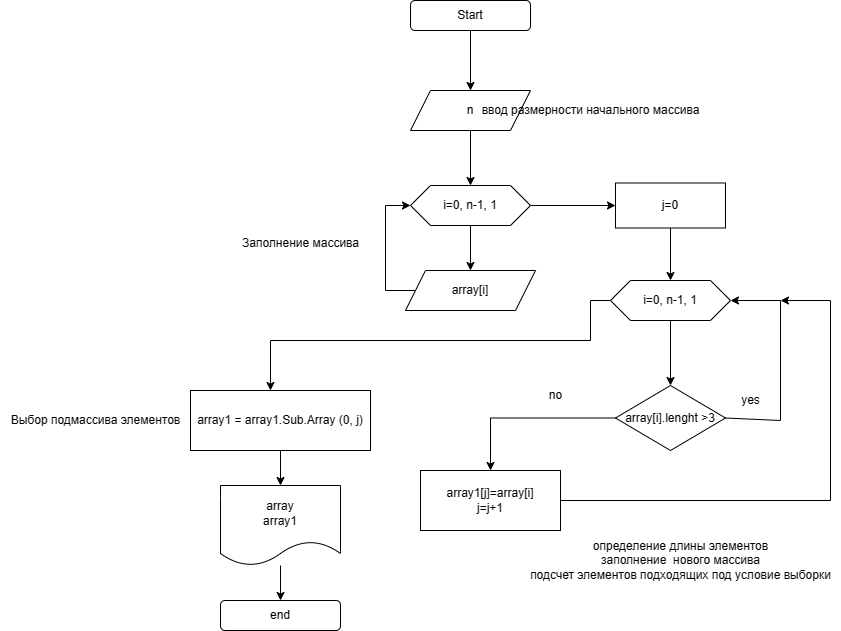
The draw.io diagram Блок_схема.png in yuliapogodina/GB_control-work, before a commit. Source tidied: cells renumbered, new cells last; positions are measured from the earlier drawing's top-left corner, leaving out a move shared by most shapes.
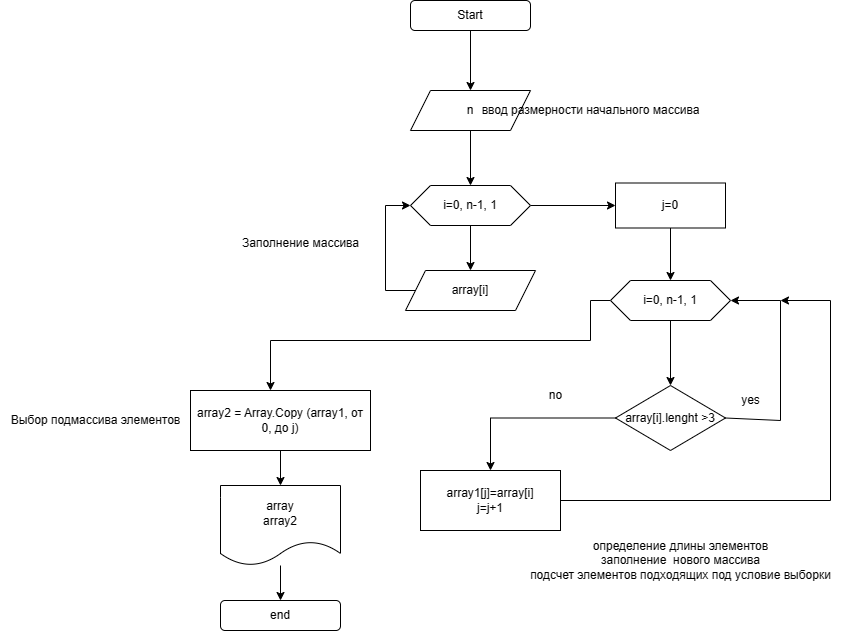
After the change.

Change to the diagram source:
```diff
@@ -92,13 +92,13 @@
     <mxCell id="23" style="edgeStyle=orthogonalEdgeStyle;rounded=0;jettySize=auto;html=1;" parent="1" edge="1" source="24" target="26">
       <mxGeometry relative="1" as="geometry" />
     </mxCell>
-    <mxCell id="24" value="array1 = array1.Sub.Array (0, j)" style="rounded=0;whiteSpace=wrap;html=1;" parent="1" vertex="1">
+    <mxCell id="24" value="array2 = Array.Copy (array1, от 0, до j)" style="rounded=0;whiteSpace=wrap;html=1;" parent="1" vertex="1">
       <mxGeometry x="190" y="390" width="180" height="60" as="geometry" />
     </mxCell>
     <mxCell id="25" style="edgeStyle=orthogonalEdgeStyle;rounded=0;jettySize=auto;html=1;" parent="1" edge="1" source="26" target="27">
       <mxGeometry relative="1" as="geometry" />
     </mxCell>
-    <mxCell id="26" value="array&lt;br&gt;array1" style="shape=document;whiteSpace=wrap;html=1;boundedLbl=1;rounded=0;" parent="1" vertex="1">
+    <mxCell id="26" value="array&lt;br&gt;array2" style="shape=document;whiteSpace=wrap;html=1;boundedLbl=1;rounded=0;" parent="1" vertex="1">
       <mxGeometry x="220" y="485" width="120" height="80" as="geometry" />
     </mxCell>
     <mxCell id="27" value="end" style="rounded=1;whiteSpace=wrap;html=1;" parent="1" vertex="1">
```
